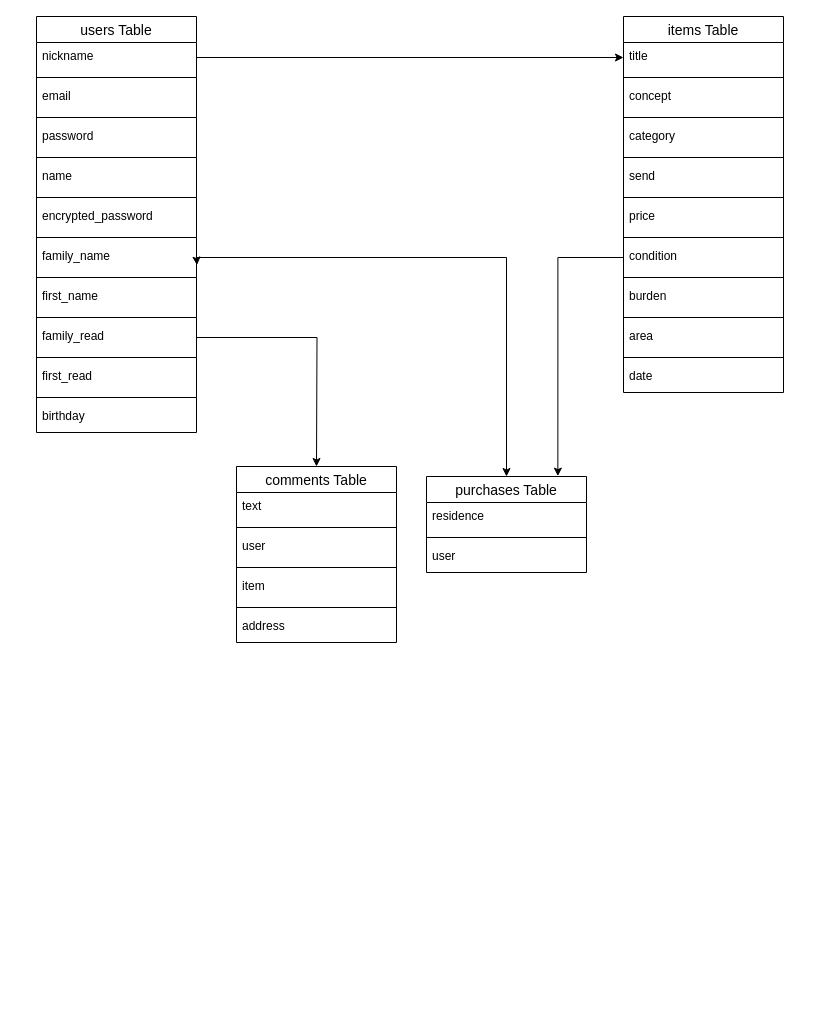
This is test.dio from xingyoudeac/furima-34365, a draw.io file, before an edit. Source tidied: cells renumbered, new cells numbered last; positions are measured from the earlier drawing's top-left corner, leaving out a move shared by most shapes. Both pictures are drawn from the tidied source at 100%, with x=0, y=0 at pixel (36, 16).
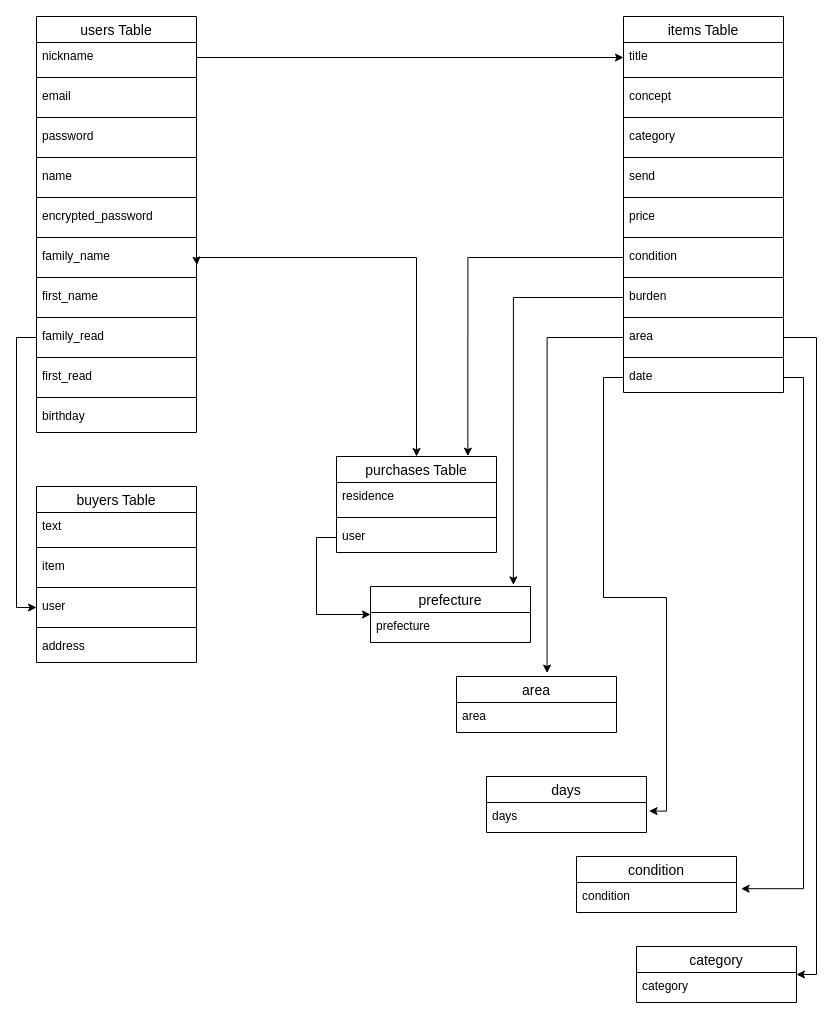
After the change.

Unchanged cells that the change refers to:
```xml
<mxCell id="17" value="family_read" style="text;strokeColor=none;fillColor=none;spacingLeft=4;spacingRight=4;overflow=hidden;points=[[0,0.5],[1,0.5]];portConstraint=eastwest;fontSize=12;" parent="2" vertex="1">
  <mxGeometry y="306" width="160" height="30" as="geometry" />
</mxCell>
<mxCell id="37" value="burden" style="text;strokeColor=none;fillColor=none;spacingLeft=4;spacingRight=4;overflow=hidden;points=[[0,0.5],[1,0.5]];portConstraint=eastwest;fontSize=12;" parent="23" vertex="1">
  <mxGeometry y="266" width="160" height="30" as="geometry" />
</mxCell>
<mxCell id="39" value="area" style="text;strokeColor=none;fillColor=none;spacingLeft=4;spacingRight=4;overflow=hidden;points=[[0,0.5],[1,0.5]];portConstraint=eastwest;fontSize=12;" parent="23" vertex="1">
  <mxGeometry y="306" width="160" height="30" as="geometry" />
</mxCell>
<mxCell id="41" value="date" style="text;strokeColor=none;fillColor=none;spacingLeft=4;spacingRight=4;overflow=hidden;points=[[0,0.5],[1,0.5]];portConstraint=eastwest;fontSize=12;" parent="23" vertex="1">
  <mxGeometry y="346" width="160" height="30" as="geometry" />
</mxCell>
<mxCell id="53" value="user" style="text;strokeColor=none;fillColor=none;spacingLeft=4;spacingRight=4;overflow=hidden;points=[[0,0.5],[1,0.5]];portConstraint=eastwest;fontSize=12;" parent="50" vertex="1">
  <mxGeometry y="66" width="160" height="30" as="geometry" />
</mxCell>
```

The edit, as a diff of the source:
```diff
@@
-    <mxCell id="42" value="comments Table" style="swimlane;fontStyle=0;horizontal=1;startSize=26;align=center;fontSize=14;" parent="1" vertex="1">
-      <mxGeometry x="200" y="450" width="160" height="176" as="geometry" />
+    <mxCell id="42" value="buyers Table" style="swimlane;fontStyle=0;horizontal=1;startSize=26;align=center;fontSize=14;" parent="1" vertex="1">
+      <mxGeometry y="470" width="160" height="176" as="geometry" />
     </mxCell>
@@
+    <mxCell id="47" value="item" style="text;strokeColor=none;fillColor=none;spacingLeft=4;spacingRight=4;overflow=hidden;fontSize=12;" parent="42" vertex="1">
+      <mxGeometry y="66" width="160" height="30" as="geometry" />
+    </mxCell>
+    <mxCell id="46" style="line;strokeWidth=1;dashed=0;labelPosition=right;align=left;verticalAlign=middle;spacingTop=0;spacingLeft=6;" parent="42" vertex="1">
+      <mxGeometry y="96" width="160" height="10" as="geometry" />
+    </mxCell>
     <mxCell id="45" value="user" style="text;strokeColor=none;fillColor=none;spacingLeft=4;spacingRight=4;overflow=hidden;points=[[0,0.5],[1,0.5]];portConstraint=eastwest;fontSize=12;" parent="42" vertex="1">
-      <mxGeometry y="66" width="160" height="30" as="geometry" />
+      <mxGeometry y="106" width="160" height="30" as="geometry" />
     </mxCell>
-    <mxCell id="46" style="line;strokeWidth=1;dashed=0;labelPosition=right;align=left;verticalAlign=middle;spacingTop=0;spacingLeft=6;" parent="42" vertex="1">
-      <mxGeometry y="96" width="160" height="10" as="geometry" />
-    </mxCell>
-    <mxCell id="47" value="item" style="text;strokeColor=none;fillColor=none;spacingLeft=4;spacingRight=4;overflow=hidden;fontSize=12;" parent="42" vertex="1">
-      <mxGeometry y="106" width="160" height="30" as="geometry" />
-    </mxCell>
@@
     <mxCell id="50" value="purchases Table" style="swimlane;fontStyle=0;horizontal=1;startSize=26;align=center;fontSize=14;" parent="1" vertex="1">
-      <mxGeometry x="390" y="460" width="160" height="96" as="geometry" />
+      <mxGeometry x="300" y="440" width="160" height="96" as="geometry" />
     </mxCell>
@@
-    <mxCell id="56" style="edgeStyle=orthogonalEdgeStyle;rounded=0;jettySize=auto;html=1;exitX=1;exitY=0.5;exitDx=0;exitDy=0;" parent="1" edge="1" source="17">
-      <mxGeometry relative="1" as="geometry">
-        <mxPoint x="280" y="450" as="targetPoint" />
-      </mxGeometry>
-    </mxCell>
@@
+    <mxCell id="58" value="category" style="swimlane;fontStyle=0;horizontal=1;startSize=26;align=center;fontSize=14;" parent="1" vertex="1">
+      <mxGeometry x="600" y="930" width="160" height="56" as="geometry" />
+    </mxCell>
+    <mxCell id="59" value="category" style="text;strokeColor=none;fillColor=none;spacingLeft=4;spacingRight=4;overflow=hidden;fontSize=12;" parent="58" vertex="1">
+      <mxGeometry y="26" width="160" height="30" as="geometry" />
+    </mxCell>
+    <mxCell id="60" value="condition" style="swimlane;fontStyle=0;horizontal=1;startSize=26;align=center;fontSize=14;" parent="1" vertex="1">
+      <mxGeometry x="540" y="840" width="160" height="56" as="geometry" />
+    </mxCell>
+    <mxCell id="61" value="condition" style="text;strokeColor=none;fillColor=none;spacingLeft=4;spacingRight=4;overflow=hidden;points=[[0,0.5],[1,0.5]];portConstraint=eastwest;fontSize=12;" parent="60" vertex="1">
+      <mxGeometry y="26" width="160" height="30" as="geometry" />
+    </mxCell>
+    <mxCell id="62" value="area" style="swimlane;fontStyle=0;horizontal=1;startSize=26;align=center;fontSize=14;" parent="1" vertex="1">
+      <mxGeometry x="420" y="660" width="160" height="56" as="geometry" />
+    </mxCell>
+    <mxCell id="63" value="area" style="text;strokeColor=none;fillColor=none;spacingLeft=4;spacingRight=4;overflow=hidden;fontSize=12;" parent="62" vertex="1">
+      <mxGeometry y="26" width="160" height="30" as="geometry" />
+    </mxCell>
+    <mxCell id="64" value="days" style="swimlane;fontStyle=0;horizontal=1;startSize=26;align=center;fontSize=14;" parent="1" vertex="1">
+      <mxGeometry x="450" y="760" width="160" height="56" as="geometry" />
+    </mxCell>
+    <mxCell id="65" value="days" style="text;strokeColor=none;fillColor=none;spacingLeft=4;spacingRight=4;overflow=hidden;points=[[0,0.5],[1,0.5]];portConstraint=eastwest;fontSize=12;" parent="64" vertex="1">
+      <mxGeometry y="26" width="160" height="30" as="geometry" />
+    </mxCell>
+    <mxCell id="66" value="prefecture" style="swimlane;fontStyle=0;horizontal=1;startSize=26;align=center;fontSize=14;" parent="1" vertex="1">
+      <mxGeometry x="334" y="570" width="160" height="56" as="geometry" />
+    </mxCell>
+    <mxCell id="67" value="prefecture" style="text;strokeColor=none;fillColor=none;spacingLeft=4;spacingRight=4;overflow=hidden;fontSize=12;" parent="66" vertex="1">
+      <mxGeometry y="26" width="160" height="30" as="geometry" />
+    </mxCell>
+    <mxCell id="68" style="edgeStyle=orthogonalEdgeStyle;rounded=0;jettySize=auto;html=1;exitX=0;exitY=0.5;exitDx=0;exitDy=0;entryX=0.566;entryY=-0.061;entryDx=0;entryDy=0;entryPerimeter=0;" parent="1" edge="1" source="39" target="62">
+      <mxGeometry relative="1" as="geometry" />
+    </mxCell>
+    <mxCell id="69" style="edgeStyle=orthogonalEdgeStyle;rounded=0;jettySize=auto;html=1;exitX=0;exitY=0.5;exitDx=0;exitDy=0;entryX=1.016;entryY=0.287;entryDx=0;entryDy=0;entryPerimeter=0;" parent="1" edge="1" source="41" target="65">
+      <mxGeometry relative="1" as="geometry" />
+    </mxCell>
+    <mxCell id="70" style="edgeStyle=orthogonalEdgeStyle;rounded=0;jettySize=auto;html=1;exitX=0;exitY=0.5;exitDx=0;exitDy=0;entryX=0;entryY=0.5;entryDx=0;entryDy=0;" parent="1" edge="1" source="17" target="45">
+      <mxGeometry relative="1" as="geometry" />
+    </mxCell>
+    <mxCell id="71" style="edgeStyle=orthogonalEdgeStyle;rounded=0;jettySize=auto;html=1;exitX=1;exitY=0.5;exitDx=0;exitDy=0;entryX=1.029;entryY=0.207;entryDx=0;entryDy=0;entryPerimeter=0;" parent="1" edge="1" source="41" target="61">
+      <mxGeometry relative="1" as="geometry" />
+    </mxCell>
+    <mxCell id="72" style="edgeStyle=orthogonalEdgeStyle;rounded=0;jettySize=auto;html=1;exitX=1;exitY=0.5;exitDx=0;exitDy=0;entryX=1;entryY=0.5;entryDx=0;entryDy=0;" parent="1" edge="1" source="39" target="58">
+      <mxGeometry relative="1" as="geometry" />
+    </mxCell>
+    <mxCell id="73" style="edgeStyle=orthogonalEdgeStyle;rounded=0;jettySize=auto;html=1;exitX=0;exitY=0.5;exitDx=0;exitDy=0;entryX=0;entryY=0.5;entryDx=0;entryDy=0;" parent="1" edge="1" source="53" target="66">
+      <mxGeometry relative="1" as="geometry" />
+    </mxCell>
+    <mxCell id="74" style="edgeStyle=orthogonalEdgeStyle;rounded=0;jettySize=auto;html=1;exitX=0;exitY=0.5;exitDx=0;exitDy=0;entryX=0.893;entryY=-0.029;entryDx=0;entryDy=0;entryPerimeter=0;" parent="1" edge="1" source="37" target="66">
+      <mxGeometry relative="1" as="geometry" />
+    </mxCell>
```
